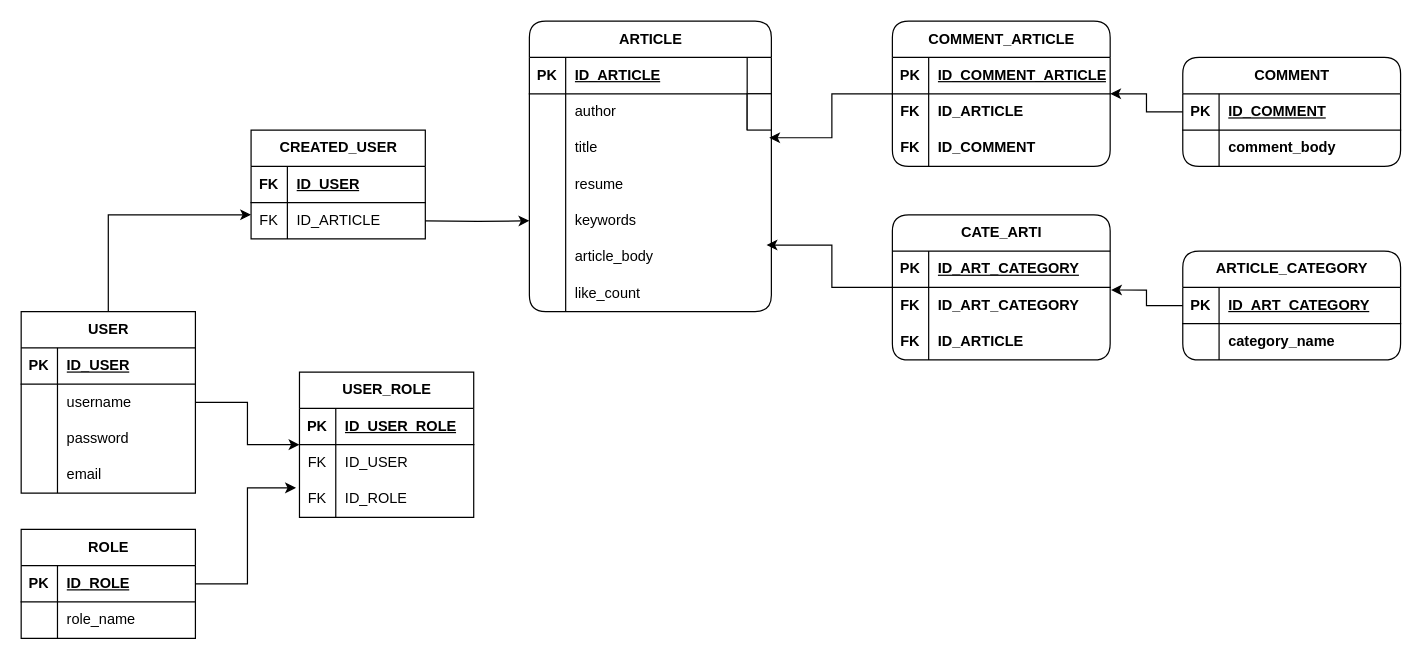
The draw.io diagram Documentation/TCT_ERD.drawio in Cr0wn4ever/TCT-Backend, before the edit. Source tidied: cells renumbered, new cells numbered last; positions are measured from the earlier drawing's top-left corner, leaving out a move shared by most shapes. Both pictures are drawn from the tidied source at 121%, with x=0, y=0 at pixel (21, 21).
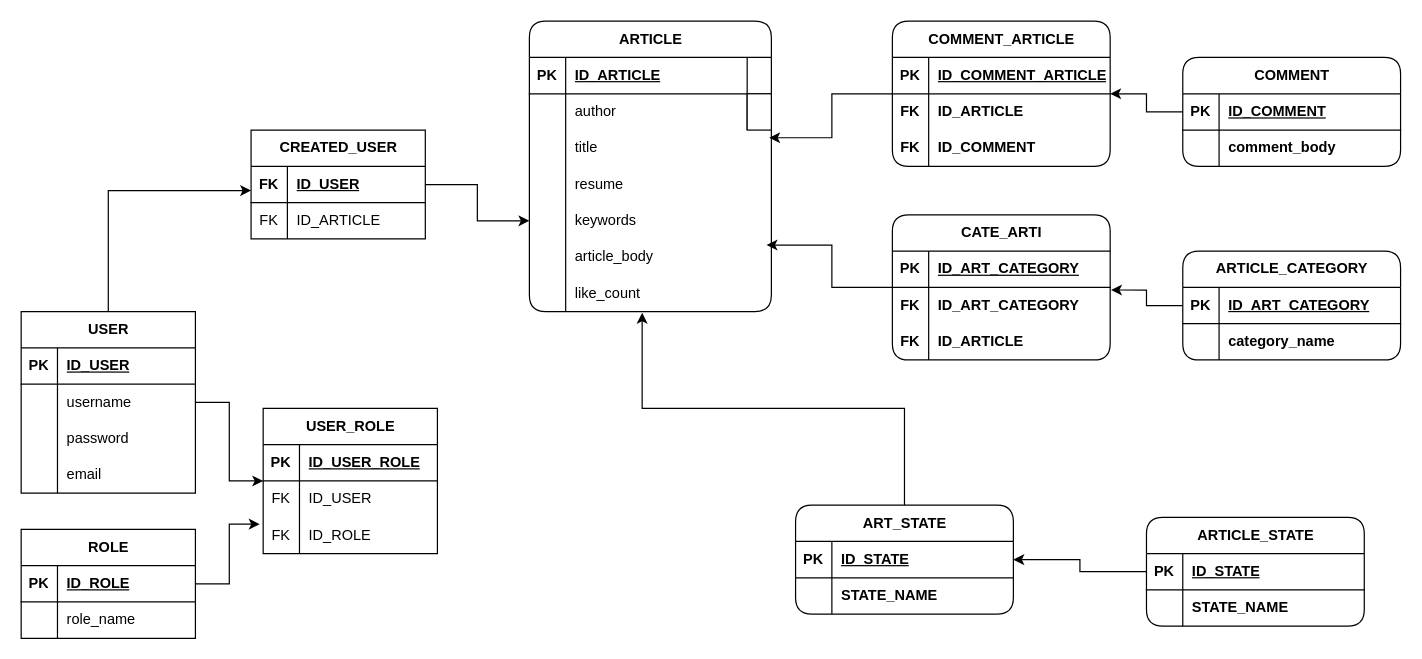
The same page after the edit.

The change refers to these unchanged cells:
```xml
<mxCell id="4" value="USER" style="shape=table;startSize=30;childLayout=tableLayout;rowLines=0;fontStyle=1;align=center;html=1;" parent="1" vertex="1">
  <mxGeometry y="240" width="144" height="150" as="geometry" />
</mxCell>
<mxCell id="38" style="shape=tableRow;horizontal=0;startSize=0;swimlaneHead=0;swimlaneBody=0;fillColor=none;points=[[0,0.5],[1,0.5]];portConstraint=eastwest;top=0;left=0;right=0;bottom=0;" parent="24" vertex="1">
  <mxGeometry y="150" width="200" height="30" as="geometry" />
</mxCell>
<mxCell id="44" style="shape=tableRow;horizontal=0;startSize=0;swimlaneHead=0;swimlaneBody=0;fillColor=none;points=[[0,0.5],[1,0.5]];portConstraint=eastwest;top=0;left=0;right=0;bottom=0;" parent="24" vertex="1">
  <mxGeometry y="210" width="200" height="30" as="geometry" />
</mxCell>
<mxCell id="58" value="CREATED_USER" style="shape=table;startSize=30;childLayout=tableLayout;rowLines=0;fontStyle=1;align=center;html=1;" parent="1" vertex="1">
  <mxGeometry x="190" y="90" width="144" height="90" as="geometry" />
</mxCell>
<mxCell id="59" style="shape=tableRow;horizontal=0;startSize=0;swimlaneHead=0;swimlaneBody=0;fillColor=none;points=[[0,0.5],[1,0.5]];portConstraint=eastwest;top=0;left=0;right=0;bottom=1;" parent="58" vertex="1">
  <mxGeometry y="30" width="144" height="30" as="geometry" />
</mxCell>
```

Diff of the diagram source:
```diff
@@
-    <mxCell id="3" style="edgeStyle=orthogonalEdgeStyle;rounded=0;jettySize=auto;html=1;fontFamily=Helvetica;fontSize=12;fontColor=default;fontStyle=1;exitX=0.5;exitY=0;exitDx=0;exitDy=0;" parent="1" edge="1" source="4" target="58">
+    <mxCell id="3" style="edgeStyle=orthogonalEdgeStyle;rounded=0;jettySize=auto;html=1;fontFamily=Helvetica;fontSize=12;fontColor=default;fontStyle=1;exitX=0.5;exitY=0;exitDx=0;exitDy=0;" parent="1" edge="1" source="4">
       <mxGeometry relative="1" as="geometry">
+        <mxPoint x="190" y="140" as="targetPoint" />
         <Array as="points">
-          <mxPoint x="72" y="160" />
-          <mxPoint x="312" y="160" />
+          <mxPoint x="72" y="140" />
         </Array>
       </mxGeometry>
     </mxCell>
@@
     <mxCell id="47" value="USER_ROLE" style="shape=table;startSize=30;childLayout=tableLayout;rowLines=0;fontStyle=1;align=center;html=1;" parent="1" vertex="1">
-      <mxGeometry x="230" y="290" width="144" height="120" as="geometry" />
+      <mxGeometry x="200" y="320" width="144" height="120" as="geometry" />
     </mxCell>
@@
-    <mxCell id="65" style="edgeStyle=orthogonalEdgeStyle;rounded=0;jettySize=auto;html=1;fontFamily=Helvetica;fontSize=12;fontColor=default;fontStyle=1;" parent="1" edge="1" target="38">
-      <mxGeometry relative="1" as="geometry">
-        <mxPoint x="334" y="165" as="sourcePoint" />
-      </mxGeometry>
+    <mxCell id="65" style="edgeStyle=orthogonalEdgeStyle;rounded=0;jettySize=auto;html=1;fontFamily=Helvetica;fontSize=12;fontColor=default;fontStyle=1;exitX=1;exitY=0.5;exitDx=0;exitDy=0;" parent="1" edge="1" source="59" target="38">
+      <mxGeometry relative="1" as="geometry" />
     </mxCell>
@@
+    <mxCell id="104" style="edgeStyle=orthogonalEdgeStyle;rounded=0;jettySize=auto;html=1;fontFamily=Helvetica;fontSize=12;fontColor=default;fontStyle=1;" parent="1" edge="1" source="105" target="113">
+      <mxGeometry relative="1" as="geometry" />
+    </mxCell>
+    <mxCell id="105" value="ARTICLE_STATE" style="shape=table;startSize=30;childLayout=tableLayout;rowLines=0;fontStyle=1;align=center;html=1;rounded=1;strokeColor=default;verticalAlign=middle;swimlaneFillColor=none;fontFamily=Helvetica;fontSize=12;fontColor=default;fillColor=default;" parent="1" vertex="1">
+      <mxGeometry x="930" y="410" width="180" height="90" as="geometry" />
+    </mxCell>
+    <mxCell id="106" style="shape=tableRow;horizontal=0;startSize=0;swimlaneHead=0;swimlaneBody=0;fillColor=none;top=0;left=0;right=0;bottom=1;rounded=1;strokeColor=default;align=center;verticalAlign=middle;swimlaneFillColor=none;fontFamily=Helvetica;fontSize=12;fontColor=default;fontStyle=1;" parent="105" vertex="1">
+      <mxGeometry y="30" width="180" height="30" as="geometry" />
+    </mxCell>
+    <mxCell id="107" value="PK" style="shape=partialRectangle;fillColor=none;top=0;left=0;bottom=0;right=0;fontStyle=1;overflow=hidden;whiteSpace=wrap;html=1;rounded=1;strokeColor=default;align=center;verticalAlign=middle;swimlaneFillColor=none;fontFamily=Helvetica;fontSize=12;fontColor=default;" parent="106" vertex="1">
+      <mxGeometry width="30" height="30" as="geometry" />
+    </mxCell>
+    <mxCell id="108" value="ID_STATE" style="shape=partialRectangle;fillColor=none;top=0;left=0;bottom=0;right=0;align=left;spacingLeft=6;fontStyle=5;overflow=hidden;whiteSpace=wrap;html=1;rounded=1;strokeColor=default;verticalAlign=middle;swimlaneFillColor=none;fontFamily=Helvetica;fontSize=12;fontColor=default;" parent="106" vertex="1">
+      <mxGeometry x="30" width="150" height="30" as="geometry" />
+    </mxCell>
+    <mxCell id="109" style="shape=tableRow;horizontal=0;startSize=0;swimlaneHead=0;swimlaneBody=0;fillColor=none;top=0;left=0;right=0;bottom=0;rounded=1;strokeColor=default;align=center;verticalAlign=middle;swimlaneFillColor=none;fontFamily=Helvetica;fontSize=12;fontColor=default;fontStyle=1;" parent="105" vertex="1">
+      <mxGeometry y="60" width="180" height="30" as="geometry" />
+    </mxCell>
+    <mxCell id="110" style="shape=partialRectangle;fillColor=none;top=0;left=0;bottom=0;right=0;overflow=hidden;whiteSpace=wrap;html=1;rounded=1;strokeColor=default;align=center;verticalAlign=middle;swimlaneFillColor=none;fontFamily=Helvetica;fontSize=12;fontColor=default;fontStyle=1;" parent="109" vertex="1">
+      <mxGeometry width="30" height="30" as="geometry" />
+    </mxCell>
+    <mxCell id="111" value="STATE_NAME" style="shape=partialRectangle;fillColor=none;top=0;left=0;bottom=0;right=0;align=left;spacingLeft=6;overflow=hidden;whiteSpace=wrap;html=1;rounded=1;strokeColor=default;verticalAlign=middle;swimlaneFillColor=none;fontFamily=Helvetica;fontSize=12;fontColor=default;fontStyle=1;" parent="109" vertex="1">
+      <mxGeometry x="30" width="150" height="30" as="geometry" />
+    </mxCell>
+    <mxCell id="112" style="edgeStyle=orthogonalEdgeStyle;rounded=0;jettySize=auto;html=1;fontFamily=Helvetica;fontSize=12;fontColor=default;fontStyle=1;entryX=0.466;entryY=1.033;entryDx=0;entryDy=0;entryPerimeter=0;" parent="1" edge="1" source="113" target="44">
+      <mxGeometry relative="1" as="geometry" />
+    </mxCell>
+    <mxCell id="113" value="ART_STATE" style="shape=table;startSize=30;childLayout=tableLayout;rowLines=0;fontStyle=1;align=center;html=1;rounded=1;strokeColor=default;verticalAlign=middle;swimlaneFillColor=none;fontFamily=Helvetica;fontSize=12;fontColor=default;fillColor=default;" parent="1" vertex="1">
+      <mxGeometry x="640" y="400" width="180" height="90" as="geometry" />
+    </mxCell>
+    <mxCell id="114" style="shape=tableRow;horizontal=0;startSize=0;swimlaneHead=0;swimlaneBody=0;fillColor=none;top=0;left=0;right=0;bottom=1;rounded=1;strokeColor=default;align=center;verticalAlign=middle;swimlaneFillColor=none;fontFamily=Helvetica;fontSize=12;fontColor=default;fontStyle=1;" parent="113" vertex="1">
+      <mxGeometry y="30" width="180" height="30" as="geometry" />
+    </mxCell>
+    <mxCell id="115" value="PK" style="shape=partialRectangle;fillColor=none;top=0;left=0;bottom=0;right=0;fontStyle=1;overflow=hidden;whiteSpace=wrap;html=1;rounded=1;strokeColor=default;align=center;verticalAlign=middle;swimlaneFillColor=none;fontFamily=Helvetica;fontSize=12;fontColor=default;" parent="114" vertex="1">
+      <mxGeometry width="30" height="30" as="geometry" />
+    </mxCell>
+    <mxCell id="116" value="ID_STATE" style="shape=partialRectangle;fillColor=none;top=0;left=0;bottom=0;right=0;align=left;spacingLeft=6;fontStyle=5;overflow=hidden;whiteSpace=wrap;html=1;rounded=1;strokeColor=default;verticalAlign=middle;swimlaneFillColor=none;fontFamily=Helvetica;fontSize=12;fontColor=default;" parent="114" vertex="1">
+      <mxGeometry x="30" width="150" height="30" as="geometry" />
+    </mxCell>
+    <mxCell id="117" style="shape=tableRow;horizontal=0;startSize=0;swimlaneHead=0;swimlaneBody=0;fillColor=none;top=0;left=0;right=0;bottom=0;rounded=1;strokeColor=default;align=center;verticalAlign=middle;swimlaneFillColor=none;fontFamily=Helvetica;fontSize=12;fontColor=default;fontStyle=1;" parent="113" vertex="1">
+      <mxGeometry y="60" width="180" height="30" as="geometry" />
+    </mxCell>
+    <mxCell id="118" style="shape=partialRectangle;fillColor=none;top=0;left=0;bottom=0;right=0;overflow=hidden;whiteSpace=wrap;html=1;rounded=1;strokeColor=default;align=center;verticalAlign=middle;swimlaneFillColor=none;fontFamily=Helvetica;fontSize=12;fontColor=default;fontStyle=1;" parent="117" vertex="1">
+      <mxGeometry width="30" height="30" as="geometry" />
+    </mxCell>
+    <mxCell id="119" value="STATE_NAME" style="shape=partialRectangle;fillColor=none;top=0;left=0;bottom=0;right=0;align=left;spacingLeft=6;overflow=hidden;whiteSpace=wrap;html=1;rounded=1;strokeColor=default;verticalAlign=middle;swimlaneFillColor=none;fontFamily=Helvetica;fontSize=12;fontColor=default;fontStyle=1;" parent="117" vertex="1">
+      <mxGeometry x="30" width="150" height="30" as="geometry" />
+    </mxCell>
```
